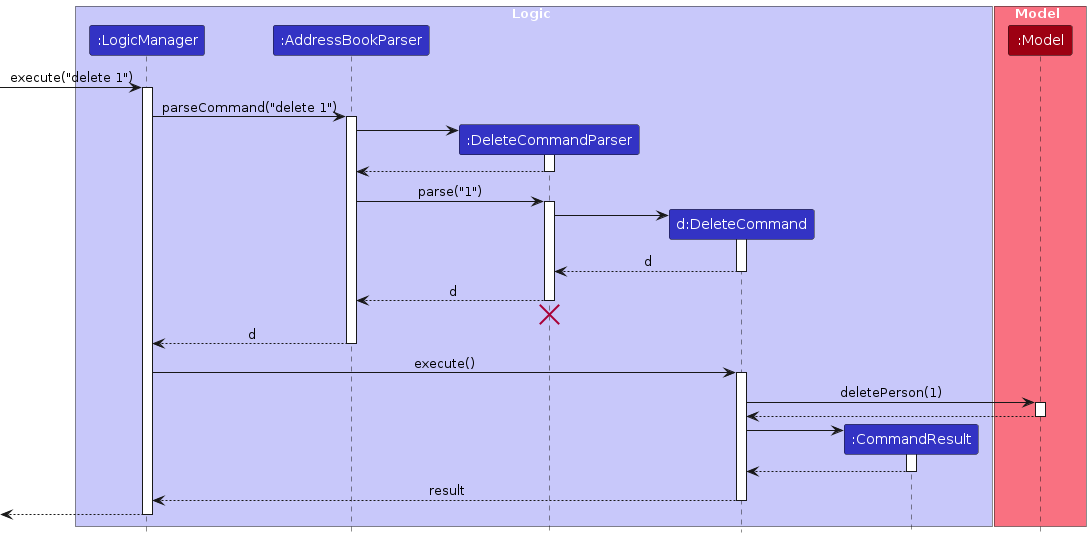
Before: diagrams/DeleteSequenceDiagram.png, a diagram exported from PlantUML (ji-just-ji/tp). Its source is kept beside it as diagrams/DeleteSequenceDiagram.puml.
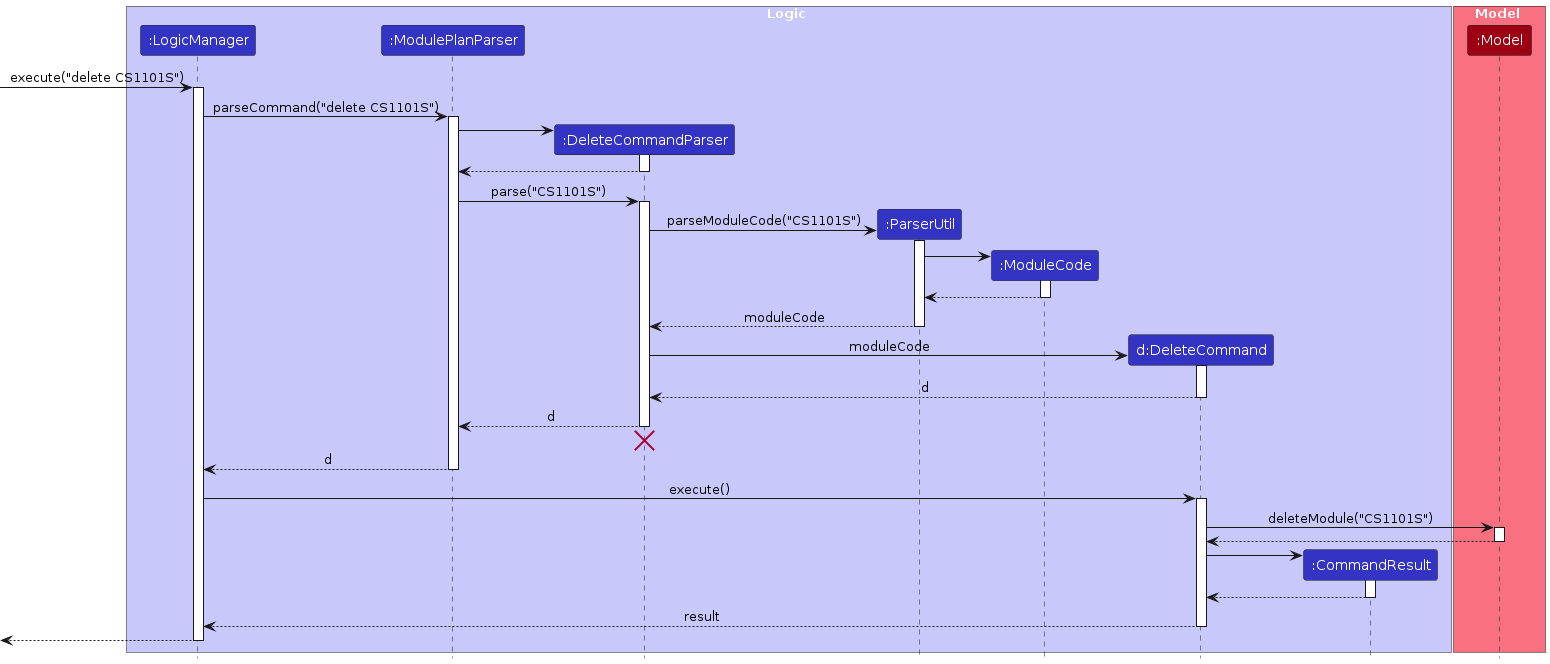
After the commit.

What changed in the source:
```diff
@@ -4,8 +4,10 @@
 
 box Logic LOGIC_COLOR_T1
 participant ":LogicManager" as LogicManager LOGIC_COLOR
-participant ":AddressBookParser" as AddressBookParser LOGIC_COLOR
+participant ":ModulePlanParser" as ModulePlanParser LOGIC_COLOR
 participant ":DeleteCommandParser" as DeleteCommandParser LOGIC_COLOR
+participant ":ParserUtil" as ParserUtil LOGIC_COLOR
+participant ":ModuleCode" as ModuleCode LOGIC_COLOR
 participant "d:DeleteCommand" as DeleteCommand LOGIC_COLOR
 participant ":CommandResult" as CommandResult LOGIC_COLOR
 end box
@@ -14,41 +16,55 @@
 participant ":Model" as Model MODEL_COLOR
 end box
 
-[-> LogicManager : execute("delete 1")
+[-> LogicManager : execute("delete CS1101S")
 activate LogicManager
 
-LogicManager -> AddressBookParser : parseCommand("delete 1")
-activate AddressBookParser
+LogicManager -> ModulePlanParser : parseCommand("delete CS1101S")
+activate ModulePlanParser
 
 create DeleteCommandParser
-AddressBookParser -> DeleteCommandParser
+ModulePlanParser -> DeleteCommandParser
 activate DeleteCommandParser
 
-DeleteCommandParser --> AddressBookParser
+DeleteCommandParser --> ModulePlanParser
 deactivate DeleteCommandParser
 
-AddressBookParser -> DeleteCommandParser : parse("1")
+ModulePlanParser -> DeleteCommandParser : parse("CS1101S")
 activate DeleteCommandParser
 
+
+create ParserUtil
+DeleteCommandParser -> ParserUtil : parseModuleCode("CS1101S")
+activate ParserUtil
+
+create ModuleCode
+ParserUtil -> ModuleCode
+activate ModuleCode
+ModuleCode --> ParserUtil
+deactivate ModuleCode
+
+ParserUtil --> DeleteCommandParser : moduleCode
+deactivate ParserUtil
+
 create DeleteCommand
-DeleteCommandParser -> DeleteCommand
+DeleteCommandParser -> DeleteCommand : moduleCode
 activate DeleteCommand
 
 DeleteCommand --> DeleteCommandParser : d
 deactivate DeleteCommand
 
-DeleteCommandParser --> AddressBookParser : d
+DeleteCommandParser --> ModulePlanParser : d
 deactivate DeleteCommandParser
-DeleteCommandParser -[hidden]-> AddressBookParser
+DeleteCommandParser -[hidden]-> ModulePlanParser
 destroy DeleteCommandParser
 
-AddressBookParser --> LogicManager : d
-deactivate AddressBookParser
+ModulePlanParser --> LogicManager : d
+deactivate ModulePlanParser
 
 LogicManager -> DeleteCommand : execute()
 activate DeleteCommand
 
-DeleteCommand -> Model : deletePerson(1)
+DeleteCommand -> Model : deleteModule("CS1101S")
 activate Model
 
 Model --> DeleteCommand
```
